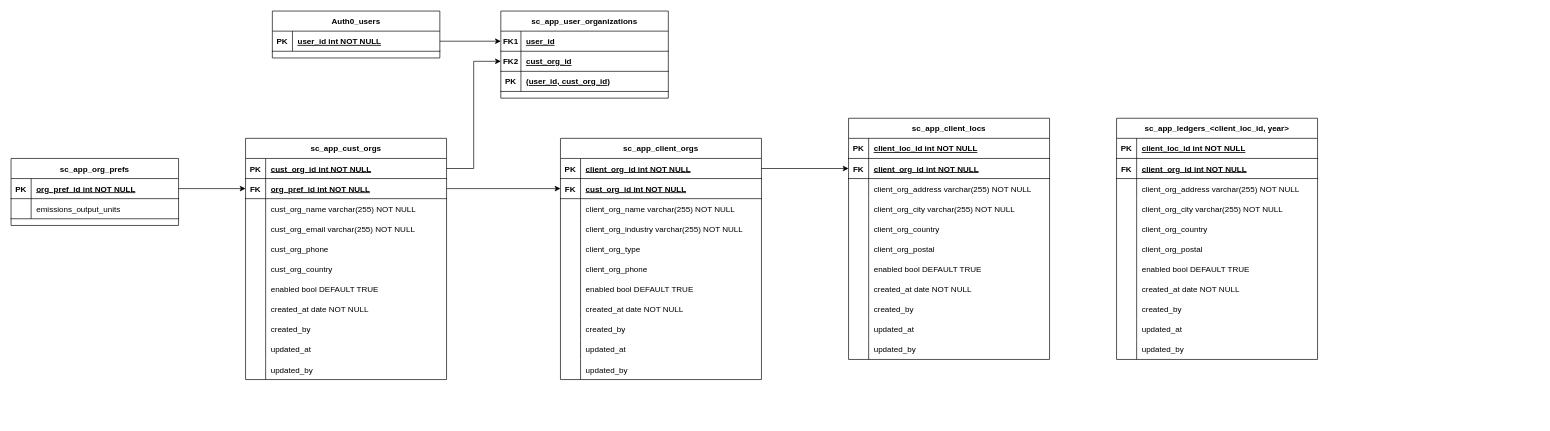
Above: carbon.drawio in CodeSnooker/bake-the-cake (draw.io), before the change. Source tidied: cells renumbered, new cells numbered last; positions are measured from the earlier drawing's top-left corner, leaving out a move shared by most shapes. Both pictures are drawn from the tidied source at 67%, with x=0, y=0 at pixel (11, 11).
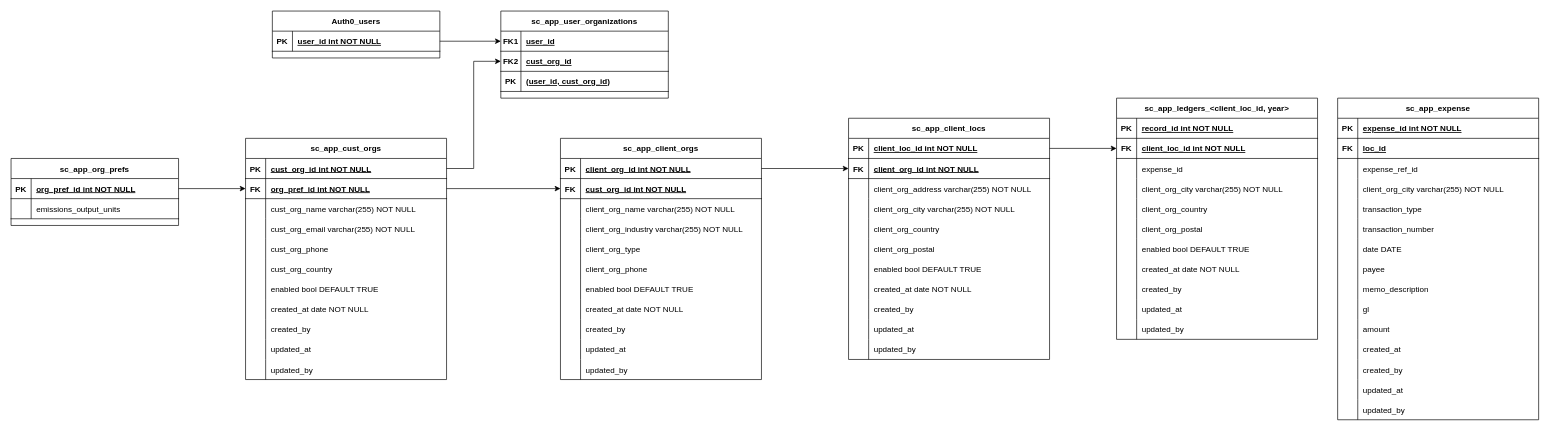
The same page after the edit.

Unchanged cells that the change refers to:
```xml
<mxCell id="96" style="shape=partialRectangle;fillColor=none;points=[[0,0.5],[1,0.5]];portConstraint=eastwest;top=0;left=0;right=0;bottom=1;" parent="95" vertex="1">
  <mxGeometry y="30" width="300" height="30" as="geometry" />
</mxCell>
<mxCell id="131" style="shape=partialRectangle;fillColor=none;top=0;left=0;right=0;bottom=1;" parent="130" vertex="1">
  <mxGeometry y="30" width="300" height="30" as="geometry" />
</mxCell>
<mxCell id="134" style="shape=partialRectangle;fillColor=none;points=[[0,0.5],[1,0.5]];portConstraint=eastwest;top=0;left=0;right=0;bottom=1;" parent="130" vertex="1">
  <mxGeometry y="60" width="300" height="30" as="geometry" />
</mxCell>
<mxCell id="137" style="shape=partialRectangle;fillColor=none;top=0;left=0;right=0;bottom=0;" parent="130" vertex="1">
  <mxGeometry y="90" width="300" height="30" as="geometry" />
</mxCell>
```

Change to the diagram source:
```diff
@@
     <mxCell id="130" value="sc_app_ledgers_&lt;client_loc_id, year&gt;" style="shape=table;startSize=30;childLayout=tableLayout;rowLines=0;fontStyle=1;align=center;" parent="1" vertex="1">
-      <mxGeometry x="1650" y="160" width="300" height="360" as="geometry" />
+      <mxGeometry x="1650" y="130" width="300" height="360" as="geometry" />
     </mxCell>
@@
-    <mxCell id="133" value="client_loc_id int NOT NULL " style="shape=partialRectangle;overflow=hidden;fillColor=none;top=0;left=0;bottom=0;right=0;align=left;spacingLeft=6;fontStyle=5;" parent="131" vertex="1">
+    <mxCell id="133" value="record_id int NOT NULL " style="shape=partialRectangle;overflow=hidden;fillColor=none;top=0;left=0;bottom=0;right=0;align=left;spacingLeft=6;fontStyle=5;" parent="131" vertex="1">
       <mxGeometry x="30" width="270" height="30" as="geometry" />
     </mxCell>
@@
-    <mxCell id="136" value="client_org_id int NOT NULL" style="shape=partialRectangle;overflow=hidden;fillColor=none;top=0;left=0;bottom=0;right=0;align=left;spacingLeft=6;fontStyle=5;" parent="134" vertex="1">
+    <mxCell id="136" value="client_loc_id int NOT NULL" style="shape=partialRectangle;overflow=hidden;fillColor=none;top=0;left=0;bottom=0;right=0;align=left;spacingLeft=6;fontStyle=5;" parent="134" vertex="1">
       <mxGeometry x="30" width="270" height="30" as="geometry" />
     </mxCell>
@@
-    <mxCell id="139" value="client_org_address varchar(255) NOT NULL" style="shape=partialRectangle;overflow=hidden;fillColor=none;top=0;left=0;bottom=0;right=0;align=left;spacingLeft=6;" parent="137" vertex="1">
+    <mxCell id="139" value="expense_id" style="shape=partialRectangle;overflow=hidden;fillColor=none;top=0;left=0;bottom=0;right=0;align=left;spacingLeft=6;" parent="137" vertex="1">
       <mxGeometry x="30" width="270" height="30" as="geometry" />
     </mxCell>
@@
+    <mxCell id="164" style="edgeStyle=orthogonalEdgeStyle;rounded=0;jettySize=auto;html=1;entryX=0;entryY=0.5;entryDx=0;entryDy=0;" parent="1" edge="1" source="96" target="134">
+      <mxGeometry relative="1" as="geometry" />
+    </mxCell>
+    <mxCell id="165" value="sc_app_expense" style="shape=table;startSize=30;childLayout=tableLayout;rowLines=0;fontStyle=1;align=center;" parent="1" vertex="1">
+      <mxGeometry x="1980" y="130" width="300" height="480" as="geometry" />
+    </mxCell>
+    <mxCell id="166" style="shape=partialRectangle;fillColor=none;top=0;left=0;right=0;bottom=1;" parent="165" vertex="1">
+      <mxGeometry y="30" width="300" height="30" as="geometry" />
+    </mxCell>
+    <mxCell id="167" value="PK" style="shape=partialRectangle;overflow=hidden;fillColor=none;top=0;left=0;bottom=0;right=0;fontStyle=1;" parent="166" vertex="1">
+      <mxGeometry width="30" height="30" as="geometry" />
+    </mxCell>
+    <mxCell id="168" value="expense_id int NOT NULL " style="shape=partialRectangle;overflow=hidden;fillColor=none;top=0;left=0;bottom=0;right=0;align=left;spacingLeft=6;fontStyle=5;" parent="166" vertex="1">
+      <mxGeometry x="30" width="270" height="30" as="geometry" />
+    </mxCell>
+    <mxCell id="169" style="shape=partialRectangle;fillColor=none;top=0;left=0;right=0;bottom=1;" parent="165" vertex="1">
+      <mxGeometry y="60" width="300" height="30" as="geometry" />
+    </mxCell>
+    <mxCell id="170" value="FK" style="shape=partialRectangle;overflow=hidden;fillColor=none;top=0;left=0;bottom=0;right=0;fontStyle=1;" parent="169" vertex="1">
+      <mxGeometry width="30" height="30" as="geometry" />
+    </mxCell>
+    <mxCell id="171" value="loc_id" style="shape=partialRectangle;overflow=hidden;fillColor=none;top=0;left=0;bottom=0;right=0;align=left;spacingLeft=6;fontStyle=5;" parent="169" vertex="1">
+      <mxGeometry x="30" width="270" height="30" as="geometry" />
+    </mxCell>
+    <mxCell id="172" style="shape=partialRectangle;fillColor=none;top=0;left=0;right=0;bottom=0;" parent="165" vertex="1">
+      <mxGeometry y="90" width="300" height="30" as="geometry" />
+    </mxCell>
+    <mxCell id="173" style="shape=partialRectangle;overflow=hidden;fillColor=none;top=0;left=0;bottom=0;right=0;" parent="172" vertex="1">
+      <mxGeometry width="30" height="30" as="geometry" />
+    </mxCell>
+    <mxCell id="174" value="expense_ref_id" style="shape=partialRectangle;overflow=hidden;fillColor=none;top=0;left=0;bottom=0;right=0;align=left;spacingLeft=6;" parent="172" vertex="1">
+      <mxGeometry x="30" width="270" height="30" as="geometry" />
+    </mxCell>
+    <mxCell id="175" style="shape=partialRectangle;fillColor=none;top=0;left=0;right=0;bottom=0;" parent="165" vertex="1">
+      <mxGeometry y="120" width="300" height="30" as="geometry" />
+    </mxCell>
+    <mxCell id="176" style="shape=partialRectangle;overflow=hidden;fillColor=none;top=0;left=0;bottom=0;right=0;" parent="175" vertex="1">
+      <mxGeometry width="30" height="30" as="geometry" />
+    </mxCell>
+    <mxCell id="177" value="client_org_city varchar(255) NOT NULL" style="shape=partialRectangle;overflow=hidden;fillColor=none;top=0;left=0;bottom=0;right=0;align=left;spacingLeft=6;" parent="175" vertex="1">
+      <mxGeometry x="30" width="270" height="30" as="geometry" />
+    </mxCell>
+    <mxCell id="178" style="shape=partialRectangle;fillColor=none;top=0;left=0;right=0;bottom=0;" parent="165" vertex="1">
+      <mxGeometry y="150" width="300" height="30" as="geometry" />
+    </mxCell>
+    <mxCell id="179" style="shape=partialRectangle;overflow=hidden;fillColor=none;top=0;left=0;bottom=0;right=0;" parent="178" vertex="1">
+      <mxGeometry width="30" height="30" as="geometry" />
+    </mxCell>
+    <mxCell id="180" value="transaction_type" style="shape=partialRectangle;overflow=hidden;fillColor=none;top=0;left=0;bottom=0;right=0;align=left;spacingLeft=6;" parent="178" vertex="1">
+      <mxGeometry x="30" width="270" height="30" as="geometry" />
+    </mxCell>
+    <mxCell id="181" style="shape=partialRectangle;fillColor=none;top=0;left=0;right=0;bottom=0;" parent="165" vertex="1">
+      <mxGeometry y="180" width="300" height="30" as="geometry" />
+    </mxCell>
+    <mxCell id="182" style="shape=partialRectangle;overflow=hidden;fillColor=none;top=0;left=0;bottom=0;right=0;" parent="181" vertex="1">
+      <mxGeometry width="30" height="30" as="geometry" />
+    </mxCell>
+    <mxCell id="183" value="transaction_number" style="shape=partialRectangle;overflow=hidden;fillColor=none;top=0;left=0;bottom=0;right=0;align=left;spacingLeft=6;" parent="181" vertex="1">
+      <mxGeometry x="30" width="270" height="30" as="geometry" />
+    </mxCell>
+    <mxCell id="184" style="shape=partialRectangle;fillColor=none;top=0;left=0;right=0;bottom=0;" parent="165" vertex="1">
+      <mxGeometry y="210" width="300" height="30" as="geometry" />
+    </mxCell>
+    <mxCell id="185" style="shape=partialRectangle;overflow=hidden;fillColor=none;top=0;left=0;bottom=0;right=0;" parent="184" vertex="1">
+      <mxGeometry width="30" height="30" as="geometry" />
+    </mxCell>
+    <mxCell id="186" value="date DATE" style="shape=partialRectangle;overflow=hidden;fillColor=none;top=0;left=0;bottom=0;right=0;align=left;spacingLeft=6;" parent="184" vertex="1">
+      <mxGeometry x="30" width="270" height="30" as="geometry" />
+    </mxCell>
+    <mxCell id="187" style="shape=partialRectangle;fillColor=none;top=0;left=0;right=0;bottom=0;" parent="165" vertex="1">
+      <mxGeometry y="240" width="300" height="30" as="geometry" />
+    </mxCell>
+    <mxCell id="188" style="shape=partialRectangle;overflow=hidden;fillColor=none;top=0;left=0;bottom=0;right=0;" parent="187" vertex="1">
+      <mxGeometry width="30" height="30" as="geometry" />
+    </mxCell>
+    <mxCell id="189" value="payee" style="shape=partialRectangle;overflow=hidden;fillColor=none;top=0;left=0;bottom=0;right=0;align=left;spacingLeft=6;" parent="187" vertex="1">
+      <mxGeometry x="30" width="270" height="30" as="geometry" />
+    </mxCell>
+    <mxCell id="190" style="shape=partialRectangle;fillColor=none;top=0;left=0;right=0;bottom=0;" parent="165" vertex="1">
+      <mxGeometry y="270" width="300" height="30" as="geometry" />
+    </mxCell>
+    <mxCell id="191" style="shape=partialRectangle;overflow=hidden;fillColor=none;top=0;left=0;bottom=0;right=0;" parent="190" vertex="1">
+      <mxGeometry width="30" height="30" as="geometry" />
+    </mxCell>
+    <mxCell id="192" value="memo_description" style="shape=partialRectangle;overflow=hidden;fillColor=none;top=0;left=0;bottom=0;right=0;align=left;spacingLeft=6;" parent="190" vertex="1">
+      <mxGeometry x="30" width="270" height="30" as="geometry" />
+    </mxCell>
+    <mxCell id="193" style="shape=partialRectangle;fillColor=none;top=0;left=0;right=0;bottom=0;" parent="165" vertex="1">
+      <mxGeometry y="300" width="300" height="30" as="geometry" />
+    </mxCell>
+    <mxCell id="194" style="shape=partialRectangle;overflow=hidden;fillColor=none;top=0;left=0;bottom=0;right=0;" parent="193" vertex="1">
+      <mxGeometry width="30" height="30" as="geometry" />
+    </mxCell>
+    <mxCell id="195" value="gl" style="shape=partialRectangle;overflow=hidden;fillColor=none;top=0;left=0;bottom=0;right=0;align=left;spacingLeft=6;" parent="193" vertex="1">
+      <mxGeometry x="30" width="270" height="30" as="geometry" />
+    </mxCell>
+    <mxCell id="196" style="shape=partialRectangle;fillColor=none;top=0;left=0;right=0;bottom=0;" parent="165" vertex="1">
+      <mxGeometry y="330" width="300" height="30" as="geometry" />
+    </mxCell>
+    <mxCell id="197" style="shape=partialRectangle;overflow=hidden;fillColor=none;top=0;left=0;bottom=0;right=0;" parent="196" vertex="1">
+      <mxGeometry width="30" height="30" as="geometry" />
+    </mxCell>
+    <mxCell id="198" value="amount" style="shape=partialRectangle;overflow=hidden;fillColor=none;top=0;left=0;bottom=0;right=0;align=left;spacingLeft=6;" parent="196" vertex="1">
+      <mxGeometry x="30" width="270" height="30" as="geometry" />
+    </mxCell>
+    <mxCell id="199" style="shape=partialRectangle;fillColor=none;top=0;left=0;right=0;bottom=0;" parent="165" vertex="1">
+      <mxGeometry y="360" width="300" height="30" as="geometry" />
+    </mxCell>
+    <mxCell id="200" style="shape=partialRectangle;overflow=hidden;fillColor=none;top=0;left=0;bottom=0;right=0;" parent="199" vertex="1">
+      <mxGeometry width="30" height="30" as="geometry" />
+    </mxCell>
+    <mxCell id="201" value="created_at" style="shape=partialRectangle;overflow=hidden;fillColor=none;top=0;left=0;bottom=0;right=0;align=left;spacingLeft=6;" parent="199" vertex="1">
+      <mxGeometry x="30" width="270" height="30" as="geometry" />
+    </mxCell>
+    <mxCell id="202" style="shape=partialRectangle;fillColor=none;top=0;left=0;right=0;bottom=0;" parent="165" vertex="1">
+      <mxGeometry y="390" width="300" height="30" as="geometry" />
+    </mxCell>
+    <mxCell id="203" style="shape=partialRectangle;overflow=hidden;fillColor=none;top=0;left=0;bottom=0;right=0;" parent="202" vertex="1">
+      <mxGeometry width="30" height="30" as="geometry" />
+    </mxCell>
+    <mxCell id="204" value="created_by" style="shape=partialRectangle;overflow=hidden;fillColor=none;top=0;left=0;bottom=0;right=0;align=left;spacingLeft=6;" parent="202" vertex="1">
+      <mxGeometry x="30" width="270" height="30" as="geometry" />
+    </mxCell>
+    <mxCell id="205" style="shape=partialRectangle;fillColor=none;top=0;left=0;right=0;bottom=0;" parent="165" vertex="1">
+      <mxGeometry y="420" width="300" height="30" as="geometry" />
+    </mxCell>
+    <mxCell id="206" style="shape=partialRectangle;overflow=hidden;fillColor=none;top=0;left=0;bottom=0;right=0;" parent="205" vertex="1">
+      <mxGeometry width="30" height="30" as="geometry" />
+    </mxCell>
+    <mxCell id="207" value="updated_at" style="shape=partialRectangle;overflow=hidden;fillColor=none;top=0;left=0;bottom=0;right=0;align=left;spacingLeft=6;" parent="205" vertex="1">
+      <mxGeometry x="30" width="270" height="30" as="geometry" />
+    </mxCell>
+    <mxCell id="208" style="shape=partialRectangle;fillColor=none;top=0;left=0;right=0;bottom=0;" parent="165" vertex="1">
+      <mxGeometry y="450" width="300" height="30" as="geometry" />
+    </mxCell>
+    <mxCell id="209" style="shape=partialRectangle;overflow=hidden;fillColor=none;top=0;left=0;bottom=0;right=0;" parent="208" vertex="1">
+      <mxGeometry width="30" height="30" as="geometry" />
+    </mxCell>
+    <mxCell id="210" value="updated_by" style="shape=partialRectangle;overflow=hidden;fillColor=none;top=0;left=0;bottom=0;right=0;align=left;spacingLeft=6;" parent="208" vertex="1">
+      <mxGeometry x="30" width="270" height="30" as="geometry" />
+    </mxCell>
```
